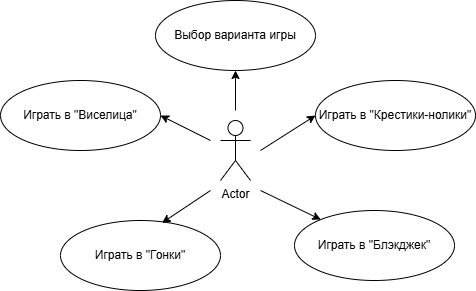
The draw.io diagram images/Диаграмма вариантов использования основная.png in evility7/Mini-games-lab_12-, before a commit. Source tidied: cells renumbered, new cells last; positions are measured from the earlier drawing's top-left corner, leaving out a move shared by most shapes. Source of this version:
```xml
<mxGraphModel>
  <root>
    <mxCell id="0" />
    <mxCell id="1" parent="0" />
    <mxCell id="2" value="Actor" style="shape=umlActor;verticalLabelPosition=bottom;verticalAlign=top;html=1;" parent="1" vertex="1">
      <mxGeometry x="220" y="120" width="30" height="60" as="geometry" />
    </mxCell>
    <mxCell id="3" value="Выбор варианта игры" style="ellipse;whiteSpace=wrap;html=1;" parent="1" vertex="1">
      <mxGeometry x="155" width="160" height="70" as="geometry" />
    </mxCell>
    <mxCell id="4" value="Играть в &quot;Крестики-нолики&quot;" style="ellipse;whiteSpace=wrap;html=1;" parent="1" vertex="1">
      <mxGeometry x="315" y="80" width="160" height="70" as="geometry" />
    </mxCell>
    <mxCell id="5" value="Играть в &quot;Блэкджек&quot;" style="ellipse;whiteSpace=wrap;html=1;" parent="1" vertex="1">
      <mxGeometry x="294" y="210" width="160" height="70" as="geometry" />
    </mxCell>
    <mxCell id="6" value="Играть в &quot;Гонки&quot;" style="ellipse;whiteSpace=wrap;html=1;" parent="1" vertex="1">
      <mxGeometry x="60" y="220" width="160" height="70" as="geometry" />
    </mxCell>
    <mxCell id="7" value="Играть в &quot;Виселица&quot;" style="ellipse;whiteSpace=wrap;html=1;" parent="1" vertex="1">
      <mxGeometry y="80" width="160" height="70" as="geometry" />
    </mxCell>
    <mxCell id="8" style="endArrow=classic;html=1;rounded=0;entryX=0.5;entryY=1;entryDx=0;entryDy=0;" parent="1" edge="1" target="3">
      <mxGeometry relative="1" as="geometry">
        <mxPoint x="235" y="110" as="sourcePoint" />
      </mxGeometry>
    </mxCell>
    <mxCell id="9" style="endArrow=classic;html=1;rounded=0;entryX=1;entryY=0.5;entryDx=0;entryDy=0;" parent="1" edge="1" target="7">
      <mxGeometry relative="1" as="geometry">
        <mxPoint x="210" y="140" as="sourcePoint" />
      </mxGeometry>
    </mxCell>
    <mxCell id="10" style="endArrow=classic;html=1;rounded=0;entryX=0.635;entryY=0.033;entryDx=0;entryDy=0;entryPerimeter=0;" parent="1" edge="1" target="6">
      <mxGeometry relative="1" as="geometry">
        <mxPoint x="210" y="190" as="sourcePoint" />
      </mxGeometry>
    </mxCell>
    <mxCell id="11" style="endArrow=classic;html=1;rounded=0;" parent="1" edge="1" target="5">
      <mxGeometry relative="1" as="geometry">
        <mxPoint x="260" y="190" as="sourcePoint" />
      </mxGeometry>
    </mxCell>
    <mxCell id="12" style="endArrow=classic;html=1;rounded=0;entryX=0;entryY=0.5;entryDx=0;entryDy=0;" parent="1" edge="1" target="4">
      <mxGeometry relative="1" as="geometry">
        <mxPoint x="260" y="150" as="sourcePoint" />
      </mxGeometry>
    </mxCell>
  </root>
</mxGraphModel>
```
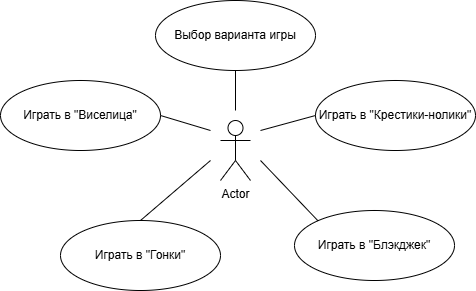
The same diagram one commit later.

What changed in the source:
```diff
@@ -20,30 +20,30 @@
     <mxCell id="7" value="Играть в &quot;Виселица&quot;" style="ellipse;whiteSpace=wrap;html=1;" parent="1" vertex="1">
       <mxGeometry y="80" width="160" height="70" as="geometry" />
     </mxCell>
-    <mxCell id="8" style="endArrow=classic;html=1;rounded=0;entryX=0.5;entryY=1;entryDx=0;entryDy=0;" parent="1" edge="1" target="3">
-      <mxGeometry relative="1" as="geometry">
-        <mxPoint x="235" y="110" as="sourcePoint" />
-      </mxGeometry>
-    </mxCell>
-    <mxCell id="9" style="endArrow=classic;html=1;rounded=0;entryX=1;entryY=0.5;entryDx=0;entryDy=0;" parent="1" edge="1" target="7">
-      <mxGeometry relative="1" as="geometry">
-        <mxPoint x="210" y="140" as="sourcePoint" />
-      </mxGeometry>
-    </mxCell>
-    <mxCell id="10" style="endArrow=classic;html=1;rounded=0;entryX=0.635;entryY=0.033;entryDx=0;entryDy=0;entryPerimeter=0;" parent="1" edge="1" target="6">
-      <mxGeometry relative="1" as="geometry">
-        <mxPoint x="210" y="190" as="sourcePoint" />
-      </mxGeometry>
-    </mxCell>
-    <mxCell id="11" style="endArrow=classic;html=1;rounded=0;" parent="1" edge="1" target="5">
-      <mxGeometry relative="1" as="geometry">
-        <mxPoint x="260" y="190" as="sourcePoint" />
-      </mxGeometry>
-    </mxCell>
-    <mxCell id="12" style="endArrow=classic;html=1;rounded=0;entryX=0;entryY=0.5;entryDx=0;entryDy=0;" parent="1" edge="1" target="4">
-      <mxGeometry relative="1" as="geometry">
-        <mxPoint x="260" y="150" as="sourcePoint" />
-      </mxGeometry>
-    </mxCell>
+    <mxCell id="13" style="endArrow=none;html=1;rounded=0;entryX=0.5;entryY=1;entryDx=0;entryDy=0;" parent="1" edge="1" target="3">
+      <mxGeometry relative="1" as="geometry">
+        <mxPoint x="235" y="110" as="sourcePoint" />
+      </mxGeometry>
+    </mxCell>
+    <mxCell id="14" style="endArrow=none;html=1;rounded=0;entryX=0;entryY=0.5;entryDx=0;entryDy=0;" parent="1" edge="1" target="4">
+      <mxGeometry relative="1" as="geometry">
+        <mxPoint x="260" y="130" as="sourcePoint" />
+      </mxGeometry>
+    </mxCell>
+    <mxCell id="15" style="endArrow=none;html=1;rounded=0;entryX=1;entryY=0.5;entryDx=0;entryDy=0;" parent="1" edge="1" target="7">
+      <mxGeometry relative="1" as="geometry">
+        <mxPoint x="210" y="130" as="sourcePoint" />
+      </mxGeometry>
+    </mxCell>
+    <mxCell id="16" style="endArrow=none;html=1;rounded=0;entryX=0.5;entryY=0;entryDx=0;entryDy=0;entryPerimeter=0;" parent="1" edge="1" target="6">
+      <mxGeometry relative="1" as="geometry">
+        <mxPoint x="210" y="160" as="sourcePoint" />
+      </mxGeometry>
+    </mxCell>
+    <mxCell id="17" style="endArrow=none;html=1;rounded=0;entryX=0;entryY=0;entryDx=0;entryDy=0;" parent="1" edge="1" target="5">
+      <mxGeometry relative="1" as="geometry">
+        <mxPoint x="260" y="160" as="sourcePoint" />
+      </mxGeometry>
+    </mxCell>
   </root>
 </mxGraphModel>
```
